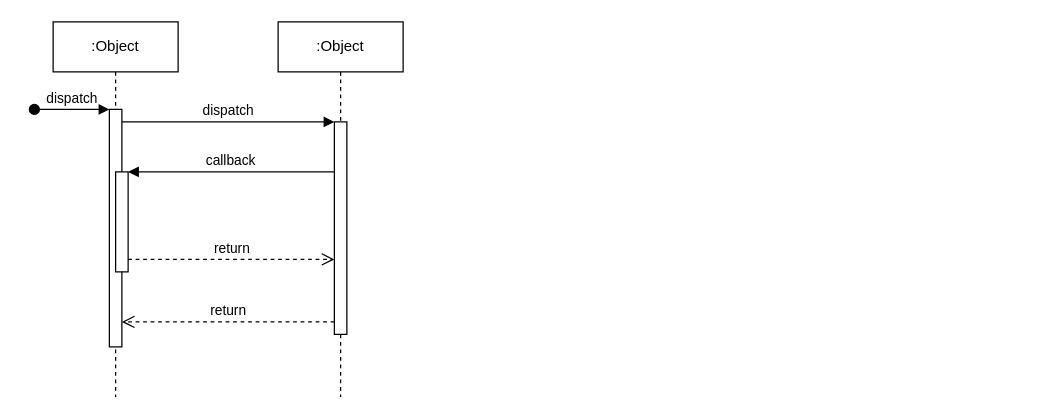
The draw.io diagram spec/Untitled Diagram.drawio in jermolova/light4jstudy, before the edit. Source tidied: cells renumbered, new cells numbered last; positions are measured from the earlier drawing's top-left corner, leaving out a move shared by most shapes. Both pictures are drawn from the tidied source at 125%, with x=0, y=0 at pixel (34, 21).
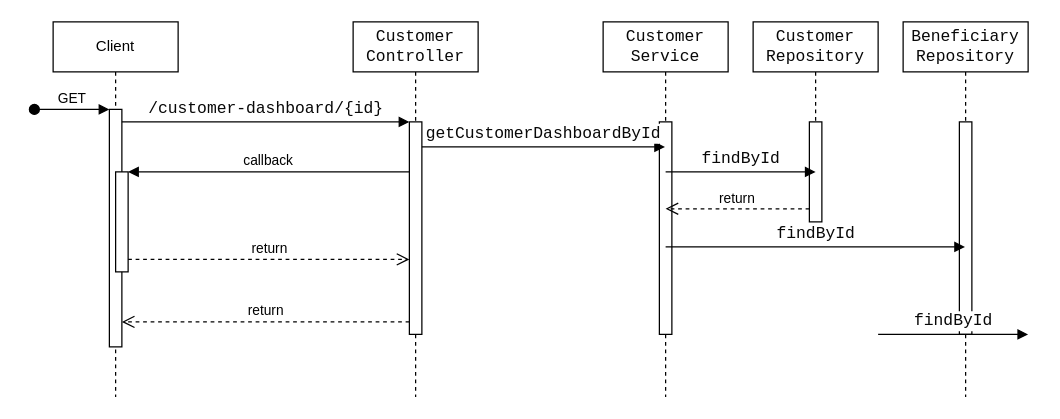
Above is the later version.

Unchanged cells that the change refers to:
```xml
<mxCell id="3" style="html=1;points=[];perimeter=orthogonalPerimeter;outlineConnect=0;targetShapes=umlLifeline;portConstraint=eastwest;newEdgeStyle={&quot;edgeStyle&quot;:&quot;elbowEdgeStyle&quot;,&quot;elbow&quot;:&quot;vertical&quot;,&quot;curved&quot;:0,&quot;rounded&quot;:0};" parent="2" vertex="1">
  <mxGeometry x="45" y="70" width="10" height="190" as="geometry" />
</mxCell>
<mxCell id="7" style="html=1;points=[];perimeter=orthogonalPerimeter;outlineConnect=0;targetShapes=umlLifeline;portConstraint=eastwest;newEdgeStyle={&quot;edgeStyle&quot;:&quot;elbowEdgeStyle&quot;,&quot;elbow&quot;:&quot;vertical&quot;,&quot;curved&quot;:0,&quot;rounded&quot;:0};" parent="6" vertex="1">
  <mxGeometry x="45" y="80" width="10" height="170" as="geometry" />
</mxCell>
```

The edit, as a diff of the source:
```diff
@@
-    <mxCell id="2" value=":Object" style="shape=umlLifeline;perimeter=lifelinePerimeter;whiteSpace=wrap;html=1;newEdgeStyle={&quot;edgeStyle&quot;:&quot;elbowEdgeStyle&quot;,&quot;elbow&quot;:&quot;vertical&quot;,&quot;curved&quot;:0,&quot;rounded&quot;:0};" parent="1" vertex="1">
+    <mxCell id="2" value="Client" style="shape=umlLifeline;perimeter=lifelinePerimeter;whiteSpace=wrap;html=1;newEdgeStyle={&quot;edgeStyle&quot;:&quot;elbowEdgeStyle&quot;,&quot;elbow&quot;:&quot;vertical&quot;,&quot;curved&quot;:0,&quot;rounded&quot;:0};" parent="1" vertex="1">
       <mxGeometry x="15" width="100" height="300" as="geometry" />
     </mxCell>
@@
-    <mxCell id="4" value="dispatch" style="html=1;verticalAlign=bottom;startArrow=oval;endArrow=block;startSize=8;edgeStyle=elbowEdgeStyle;elbow=vertical;curved=0;rounded=0;" parent="2" edge="1" target="3">
+    <mxCell id="4" value="GET" style="html=1;verticalAlign=bottom;startArrow=oval;endArrow=block;startSize=8;edgeStyle=elbowEdgeStyle;elbow=vertical;curved=0;rounded=0;" parent="2" edge="1" target="3">
       <mxGeometry relative="1" as="geometry">
         <mxPoint x="-15" y="70" as="sourcePoint" />
       </mxGeometry>
     </mxCell>
@@
-    <mxCell id="6" value=":Object" style="shape=umlLifeline;perimeter=lifelinePerimeter;whiteSpace=wrap;html=1;newEdgeStyle={&quot;edgeStyle&quot;:&quot;elbowEdgeStyle&quot;,&quot;elbow&quot;:&quot;vertical&quot;,&quot;curved&quot;:0,&quot;rounded&quot;:0};" parent="1" vertex="1">
-      <mxGeometry x="195" width="100" height="300" as="geometry" />
+    <mxCell id="6" value="&lt;div style=&quot;background-color: rgb(255, 255, 255); color: rgb(8, 8, 8); font-family: &amp;quot;JetBrains Mono&amp;quot;, monospace; font-size: 9.8pt;&quot;&gt;Customer&lt;/div&gt;&lt;div style=&quot;background-color: rgb(255, 255, 255); color: rgb(8, 8, 8); font-family: &amp;quot;JetBrains Mono&amp;quot;, monospace; font-size: 9.8pt;&quot;&gt;Controller&lt;/div&gt;" style="shape=umlLifeline;perimeter=lifelinePerimeter;whiteSpace=wrap;html=1;newEdgeStyle={&quot;edgeStyle&quot;:&quot;elbowEdgeStyle&quot;,&quot;elbow&quot;:&quot;vertical&quot;,&quot;curved&quot;:0,&quot;rounded&quot;:0};" parent="1" vertex="1">
+      <mxGeometry x="255" width="100" height="300" as="geometry" />
     </mxCell>
@@
-    <mxCell id="8" value="dispatch" style="html=1;verticalAlign=bottom;endArrow=block;edgeStyle=elbowEdgeStyle;elbow=vertical;curved=0;rounded=0;" parent="1" edge="1" source="3" target="7">
+    <mxCell id="8" value="&lt;div style=&quot;color: rgb(8, 8, 8); font-family: &amp;quot;JetBrains Mono&amp;quot;, monospace; font-size: 9.8pt;&quot;&gt;/customer-dashboard/{id}&lt;/div&gt;" style="html=1;verticalAlign=bottom;endArrow=block;edgeStyle=elbowEdgeStyle;elbow=vertical;curved=0;rounded=0;" parent="1" edge="1" source="3" target="7">
       <mxGeometry relative="1" as="geometry">
         <Array as="points">
           <mxPoint x="155" y="80" />
         </Array>
       </mxGeometry>
     </mxCell>
@@
+    <mxCell id="12" value="&lt;div style=&quot;background-color: rgb(255, 255, 255); color: rgb(8, 8, 8); font-family: &amp;quot;JetBrains Mono&amp;quot;, monospace; font-size: 9.8pt;&quot;&gt;Customer&lt;/div&gt;&lt;div style=&quot;background-color: rgb(255, 255, 255); color: rgb(8, 8, 8); font-family: &amp;quot;JetBrains Mono&amp;quot;, monospace; font-size: 9.8pt;&quot;&gt;Service&lt;/div&gt;" style="shape=umlLifeline;perimeter=lifelinePerimeter;whiteSpace=wrap;html=1;outlineConnect=0;portConstraint=eastwest;newEdgeStyle={&quot;edgeStyle&quot;:&quot;elbowEdgeStyle&quot;,&quot;elbow&quot;:&quot;vertical&quot;,&quot;curved&quot;:0,&quot;rounded&quot;:0};" parent="1" vertex="1">
+      <mxGeometry x="455" width="100" height="300" as="geometry" />
+    </mxCell>
+    <mxCell id="13" style="html=1;perimeter=orthogonalPerimeter;targetShapes=umlLifeline;newEdgeStyle={&quot;edgeStyle&quot;:&quot;elbowEdgeStyle&quot;,&quot;elbow&quot;:&quot;vertical&quot;,&quot;curved&quot;:0,&quot;rounded&quot;:0};" parent="12" vertex="1">
+      <mxGeometry x="45" y="80" width="10" height="170" as="geometry" />
+    </mxCell>
+    <mxCell id="14" value="&lt;div style=&quot;color: rgb(8, 8, 8); font-family: &amp;quot;JetBrains Mono&amp;quot;, monospace; font-size: 9.8pt;&quot;&gt;&lt;div style=&quot;font-size: 9.8pt;&quot;&gt;getCustomerDashboardById&lt;/div&gt;&lt;/div&gt;" style="html=1;verticalAlign=bottom;endArrow=block;edgeStyle=elbowEdgeStyle;elbow=vertical;curved=0;rounded=0;" parent="1" edge="1" target="12">
+      <mxGeometry relative="1" as="geometry">
+        <mxPoint x="310" y="100" as="sourcePoint" />
+        <Array as="points">
+          <mxPoint x="395" y="100" />
+        </Array>
+      </mxGeometry>
+    </mxCell>
+    <mxCell id="15" value="&lt;div style=&quot;background-color: rgb(255, 255, 255); color: rgb(8, 8, 8); font-family: &amp;quot;JetBrains Mono&amp;quot;, monospace; font-size: 9.8pt;&quot;&gt;Customer&lt;/div&gt;&lt;div style=&quot;background-color: rgb(255, 255, 255); color: rgb(8, 8, 8); font-family: &amp;quot;JetBrains Mono&amp;quot;, monospace; font-size: 9.8pt;&quot;&gt;Repository&lt;/div&gt;" style="shape=umlLifeline;perimeter=lifelinePerimeter;whiteSpace=wrap;html=1;newEdgeStyle={&quot;edgeStyle&quot;:&quot;elbowEdgeStyle&quot;,&quot;elbow&quot;:&quot;vertical&quot;,&quot;curved&quot;:0,&quot;rounded&quot;:0};" parent="1" vertex="1">
+      <mxGeometry x="575" width="100" height="160" as="geometry" />
+    </mxCell>
+    <mxCell id="16" style="html=1;perimeter=orthogonalPerimeter;targetShapes=umlLifeline;newEdgeStyle={&quot;edgeStyle&quot;:&quot;elbowEdgeStyle&quot;,&quot;elbow&quot;:&quot;vertical&quot;,&quot;curved&quot;:0,&quot;rounded&quot;:0};" parent="15" vertex="1">
+      <mxGeometry x="45" y="80" width="10" height="80" as="geometry" />
+    </mxCell>
+    <mxCell id="17" value="&lt;div style=&quot;color: rgb(8, 8, 8); font-family: &amp;quot;JetBrains Mono&amp;quot;, monospace; font-size: 9.8pt;&quot;&gt;findById&lt;/div&gt;" style="html=1;verticalAlign=bottom;endArrow=block;edgeStyle=elbowEdgeStyle;elbow=vertical;curved=0;rounded=0;" parent="1" edge="1">
+      <mxGeometry relative="1" as="geometry">
+        <mxPoint x="505" y="120" as="sourcePoint" />
+        <mxPoint x="625" y="120" as="targetPoint" />
+        <Array as="points">
+          <mxPoint x="590" y="120" />
+        </Array>
+      </mxGeometry>
+    </mxCell>
+    <mxCell id="18" value="return" style="html=1;verticalAlign=bottom;endArrow=open;dashed=1;endSize=8;edgeStyle=elbowEdgeStyle;elbow=vertical;curved=0;rounded=0;" parent="1" edge="1">
+      <mxGeometry relative="1" as="geometry">
+        <mxPoint x="620" y="149.5" as="sourcePoint" />
+        <mxPoint x="505" y="150" as="targetPoint" />
+        <Array as="points">
+          <mxPoint x="485" y="149.5" />
+        </Array>
+      </mxGeometry>
+    </mxCell>
+    <mxCell id="19" value="&lt;div style=&quot;background-color: rgb(255, 255, 255); color: rgb(8, 8, 8); font-family: &amp;quot;JetBrains Mono&amp;quot;, monospace; font-size: 9.8pt;&quot;&gt;&lt;div style=&quot;font-size: 9.8pt;&quot;&gt;Beneficiary&lt;/div&gt;&lt;/div&gt;&lt;div style=&quot;background-color: rgb(255, 255, 255); color: rgb(8, 8, 8); font-family: &amp;quot;JetBrains Mono&amp;quot;, monospace; font-size: 9.8pt;&quot;&gt;Repository&lt;/div&gt;" style="shape=umlLifeline;perimeter=lifelinePerimeter;whiteSpace=wrap;html=1;outlineConnect=0;portConstraint=eastwest;newEdgeStyle={&quot;edgeStyle&quot;:&quot;elbowEdgeStyle&quot;,&quot;elbow&quot;:&quot;vertical&quot;,&quot;curved&quot;:0,&quot;rounded&quot;:0};" parent="1" vertex="1">
+      <mxGeometry x="695" width="100" height="300" as="geometry" />
+    </mxCell>
+    <mxCell id="20" style="html=1;perimeter=orthogonalPerimeter;targetShapes=umlLifeline;newEdgeStyle={&quot;edgeStyle&quot;:&quot;elbowEdgeStyle&quot;,&quot;elbow&quot;:&quot;vertical&quot;,&quot;curved&quot;:0,&quot;rounded&quot;:0};" parent="19" vertex="1">
+      <mxGeometry x="45" y="80" width="10" height="170" as="geometry" />
+    </mxCell>
+    <mxCell id="21" value="&lt;div style=&quot;color: rgb(8, 8, 8); font-family: &amp;quot;JetBrains Mono&amp;quot;, monospace; font-size: 9.8pt;&quot;&gt;findById&lt;/div&gt;" style="html=1;verticalAlign=bottom;endArrow=block;edgeStyle=elbowEdgeStyle;elbow=vertical;curved=0;rounded=0;" parent="1" edge="1" target="19">
+      <mxGeometry relative="1" as="geometry">
+        <mxPoint x="505" y="180" as="sourcePoint" />
+        <Array as="points">
+          <mxPoint x="590" y="180" />
+        </Array>
+      </mxGeometry>
+    </mxCell>
+    <mxCell id="22" value="&lt;div style=&quot;color: rgb(8, 8, 8); font-family: &amp;quot;JetBrains Mono&amp;quot;, monospace; font-size: 9.8pt;&quot;&gt;findById&lt;/div&gt;" style="html=1;verticalAlign=bottom;endArrow=block;edgeStyle=elbowEdgeStyle;elbow=vertical;curved=0;rounded=0;" parent="1" edge="1">
+      <mxGeometry relative="1" as="geometry">
+        <mxPoint x="675" y="250" as="sourcePoint" />
+        <mxPoint x="795" y="250" as="targetPoint" />
+        <Array as="points">
+          <mxPoint x="760" y="250" />
+        </Array>
+      </mxGeometry>
+    </mxCell>
```
